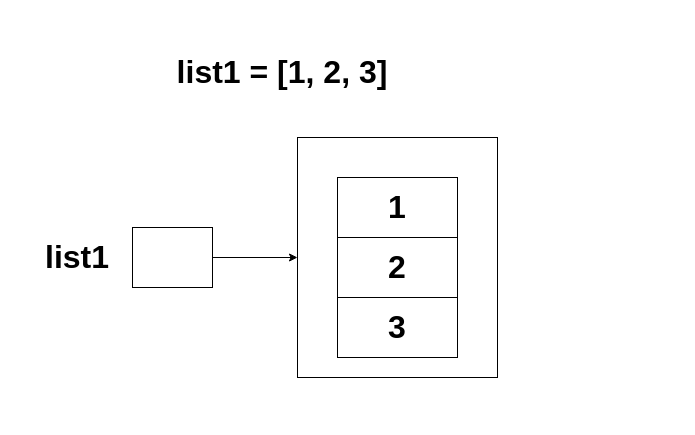
Before: page "list-1" (4 of 5) of docs/diagrams-variables.drawio in kushnertodd/basic-data-science-python, a draw.io diagram. Source tidied: cells renumbered, new cells numbered last; positions are measured from the earlier drawing's top-left corner, leaving out a move shared by most shapes. Both pictures are drawn from the tidied source at 100%, with x=0, y=0 at pixel (17, 17).
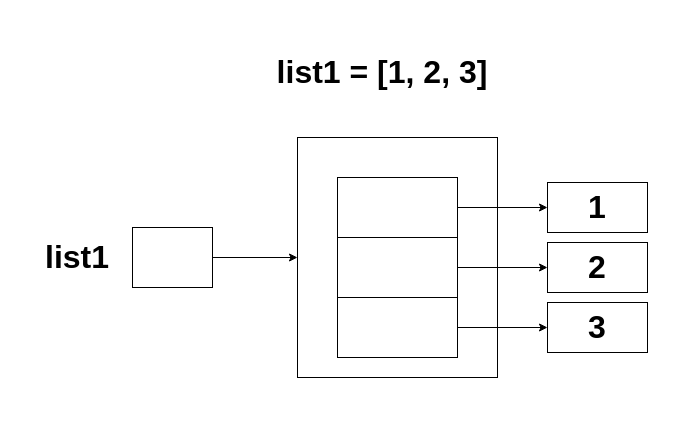
Above is the later version.

What changed in the source:
```diff
@@
 <mxGraphModel>
   <root>
     <mxCell id="0" />
     <mxCell id="1" parent="0" />
     <mxCell id="2" style="rounded=0;whiteSpace=wrap;html=1;" parent="1" vertex="1">
       <mxGeometry x="280" y="120" width="200" height="240" as="geometry" />
     </mxCell>
     <mxCell id="3" style="rounded=0;whiteSpace=wrap;html=1;opacity=0;" parent="1" vertex="1">
-      <mxGeometry width="520" height="400" as="geometry" />
+      <mxGeometry width="660" height="400" as="geometry" />
     </mxCell>
+    <mxCell id="11" style="edgeStyle=orthogonalEdgeStyle;rounded=0;jettySize=auto;html=1;entryX=0;entryY=0.5;entryDx=0;entryDy=0;" parent="1" edge="1" source="4" target="14">
+      <mxGeometry relative="1" as="geometry" />
+    </mxCell>
-    <mxCell id="4" value="&lt;span style=&quot;font-size: 32px;&quot;&gt;&lt;b&gt;2&lt;/b&gt;&lt;/span&gt;" style="rounded=0;whiteSpace=wrap;html=1;" parent="1" vertex="1">
+    <mxCell id="4" style="rounded=0;whiteSpace=wrap;html=1;" parent="1" vertex="1">
       <mxGeometry x="320" y="220" width="120" height="60" as="geometry" />
     </mxCell>
     <mxCell id="5" value="&lt;font style=&quot;font-size: 32px;&quot;&gt;&lt;b&gt;list1&lt;/b&gt;&lt;/font&gt;" style="text;html=1;whiteSpace=wrap;strokeColor=none;fillColor=none;align=center;verticalAlign=middle;rounded=0;" parent="1" vertex="1">
       <mxGeometry x="30" y="225" width="60" height="30" as="geometry" />
     </mxCell>
+    <mxCell id="12" style="edgeStyle=orthogonalEdgeStyle;rounded=0;jettySize=auto;html=1;entryX=0;entryY=0.5;entryDx=0;entryDy=0;" parent="1" edge="1" source="6" target="13">
+      <mxGeometry relative="1" as="geometry" />
+    </mxCell>
-    <mxCell id="6" value="&lt;span style=&quot;font-size: 32px;&quot;&gt;&lt;b&gt;1&lt;/b&gt;&lt;/span&gt;" style="rounded=0;whiteSpace=wrap;html=1;" parent="1" vertex="1">
+    <mxCell id="6" style="rounded=0;whiteSpace=wrap;html=1;" parent="1" vertex="1">
       <mxGeometry x="320" y="160" width="120" height="60" as="geometry" />
     </mxCell>
     <mxCell id="7" style="edgeStyle=orthogonalEdgeStyle;rounded=0;jettySize=auto;html=1;" parent="1" edge="1" source="8" target="2">
       <mxGeometry relative="1" as="geometry" />
     </mxCell>
     <mxCell id="8" style="rounded=0;whiteSpace=wrap;html=1;" parent="1" vertex="1">
       <mxGeometry x="115" y="210" width="80" height="60" as="geometry" />
     </mxCell>
-    <mxCell id="9" value="&lt;span style=&quot;font-size: 32px;&quot;&gt;&lt;b&gt;3&lt;/b&gt;&lt;/span&gt;" style="rounded=0;whiteSpace=wrap;html=1;" parent="1" vertex="1">
+    <mxCell id="9" style="rounded=0;whiteSpace=wrap;html=1;" parent="1" vertex="1">
       <mxGeometry x="320" y="280" width="120" height="60" as="geometry" />
     </mxCell>
     <mxCell id="10" value="&lt;span style=&quot;font-size: 32px;&quot;&gt;&lt;b&gt;list1 = [1, 2, 3]&lt;/b&gt;&lt;/span&gt;" style="text;html=1;whiteSpace=wrap;strokeColor=none;fillColor=none;align=center;verticalAlign=middle;rounded=0;" parent="1" vertex="1">
-      <mxGeometry x="130" y="40" width="270" height="30" as="geometry" />
+      <mxGeometry x="230" y="40" width="270" height="30" as="geometry" />
     </mxCell>
+    <mxCell id="13" value="&lt;span style=&quot;font-size: 32px;&quot;&gt;&lt;b&gt;1&lt;/b&gt;&lt;/span&gt;" style="rounded=0;whiteSpace=wrap;html=1;" parent="1" vertex="1">
+      <mxGeometry x="530" y="165" width="100" height="50" as="geometry" />
+    </mxCell>
+    <mxCell id="14" value="&lt;span style=&quot;font-size: 32px;&quot;&gt;&lt;b&gt;2&lt;/b&gt;&lt;/span&gt;" style="rounded=0;whiteSpace=wrap;html=1;" parent="1" vertex="1">
+      <mxGeometry x="530" y="225" width="100" height="50" as="geometry" />
+    </mxCell>
+    <mxCell id="15" value="&lt;span style=&quot;font-size: 32px;&quot;&gt;&lt;b&gt;3&lt;/b&gt;&lt;/span&gt;" style="rounded=0;whiteSpace=wrap;html=1;" parent="1" vertex="1">
+      <mxGeometry x="530" y="285" width="100" height="50" as="geometry" />
+    </mxCell>
+    <mxCell id="16" style="edgeStyle=orthogonalEdgeStyle;rounded=0;jettySize=auto;html=1;entryX=0;entryY=0.5;entryDx=0;entryDy=0;" parent="1" edge="1" source="9" target="15">
+      <mxGeometry relative="1" as="geometry" />
+    </mxCell>
   </root>
 </mxGraphModel>
```
